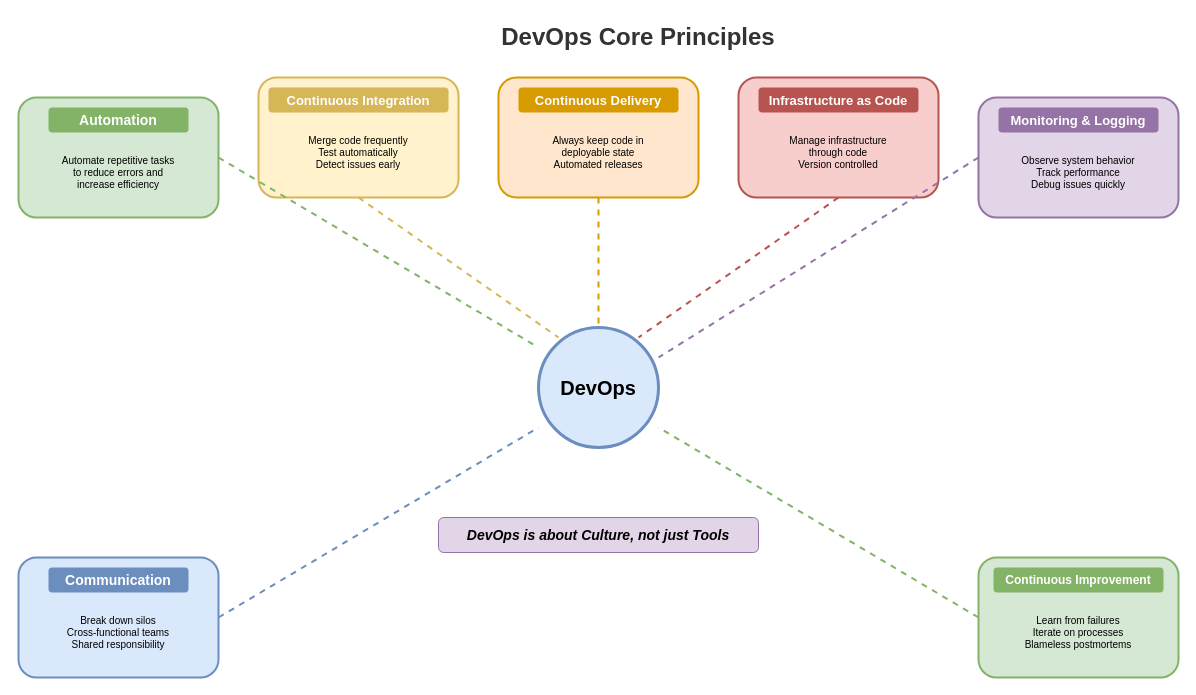
Above: lesson-05-devops-platform-engineering/diagrams/1.2-devops-principles.drawio in MrParkerZ7/document-lesson-software-architect-x-claude (draw.io), before the change. Source tidied: cells renumbered, new cells numbered last; positions are measured from the earlier drawing's top-left corner, leaving out a move shared by most shapes. Both pictures are drawn from the tidied source at 100%, with x=0, y=0 at pixel (18, 17).
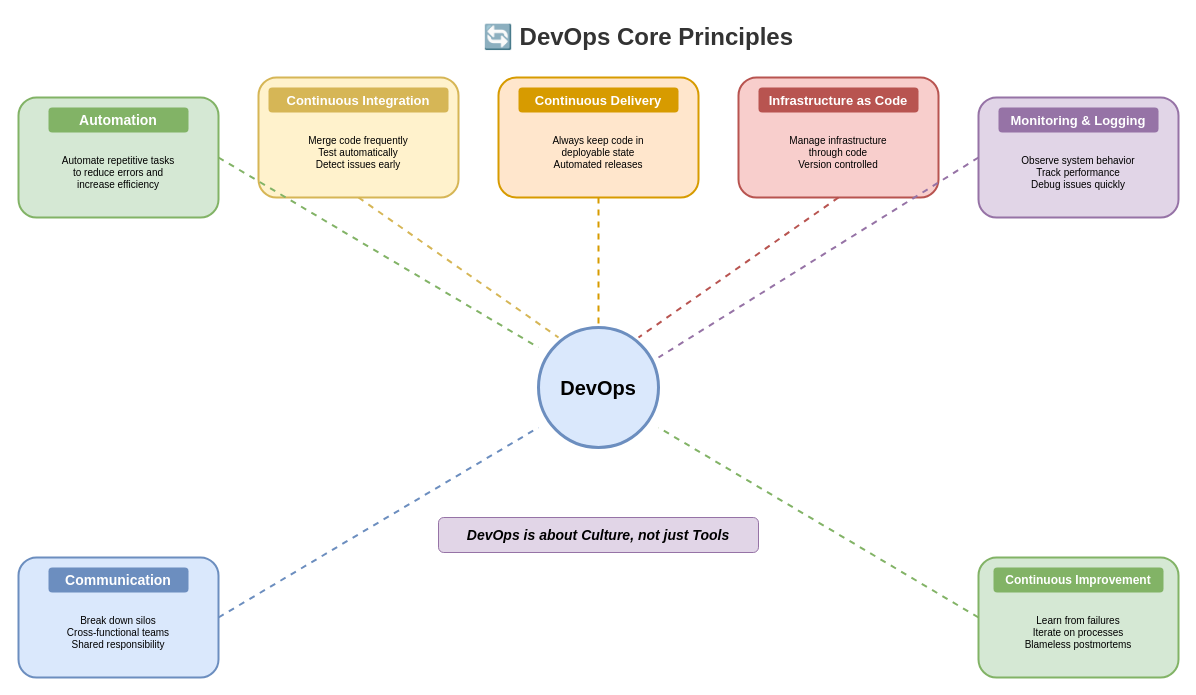
Above is the later version.

The edit, as a diff of the source:
```diff
@@
-    <mxCell id="2" value="DevOps Core Principles" style="text;html=1;strokeColor=none;fillColor=none;align=center;verticalAlign=middle;whiteSpace=wrap;rounded=0;fontSize=24;fontStyle=1;fontColor=#333333;" parent="1" vertex="1">
+    <mxCell id="2" value="🔄 DevOps Core Principles" style="text;html=1;strokeColor=none;fillColor=none;align=center;verticalAlign=middle;whiteSpace=wrap;rounded=0;fontSize=24;fontStyle=1;fontColor=#333333;" parent="1" vertex="1">
       <mxGeometry x="370" width="500" height="40" as="geometry" />
     </mxCell>
```
